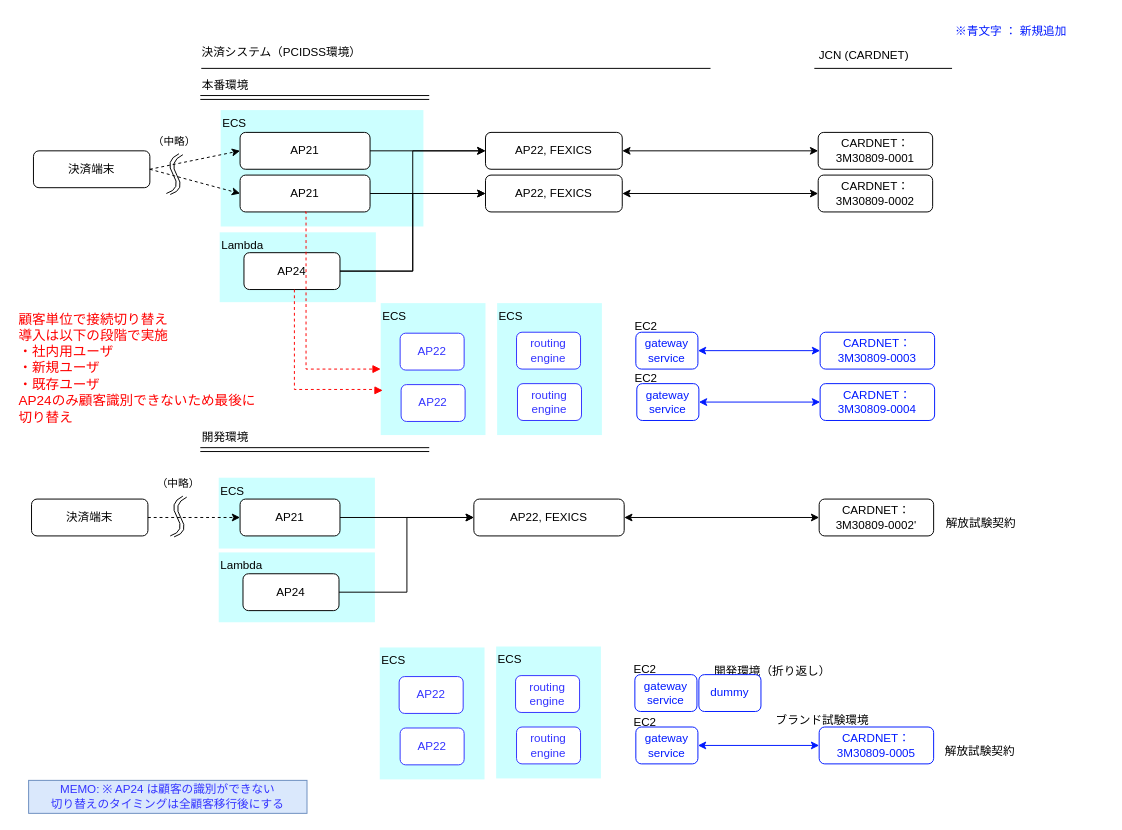
Before: page "全体構成(CARDNET)" (2 of 2) of FEXICS/obj/migration_plan.drawio in kyoshizawa/kywiki2, a draw.io diagram. Source tidied: cells renumbered, new cells numbered last; positions are measured from the earlier drawing's top-left corner, leaving out a move shared by most shapes. Both pictures are drawn from the tidied source at 97%, with x=0, y=0 at pixel (16, 16).
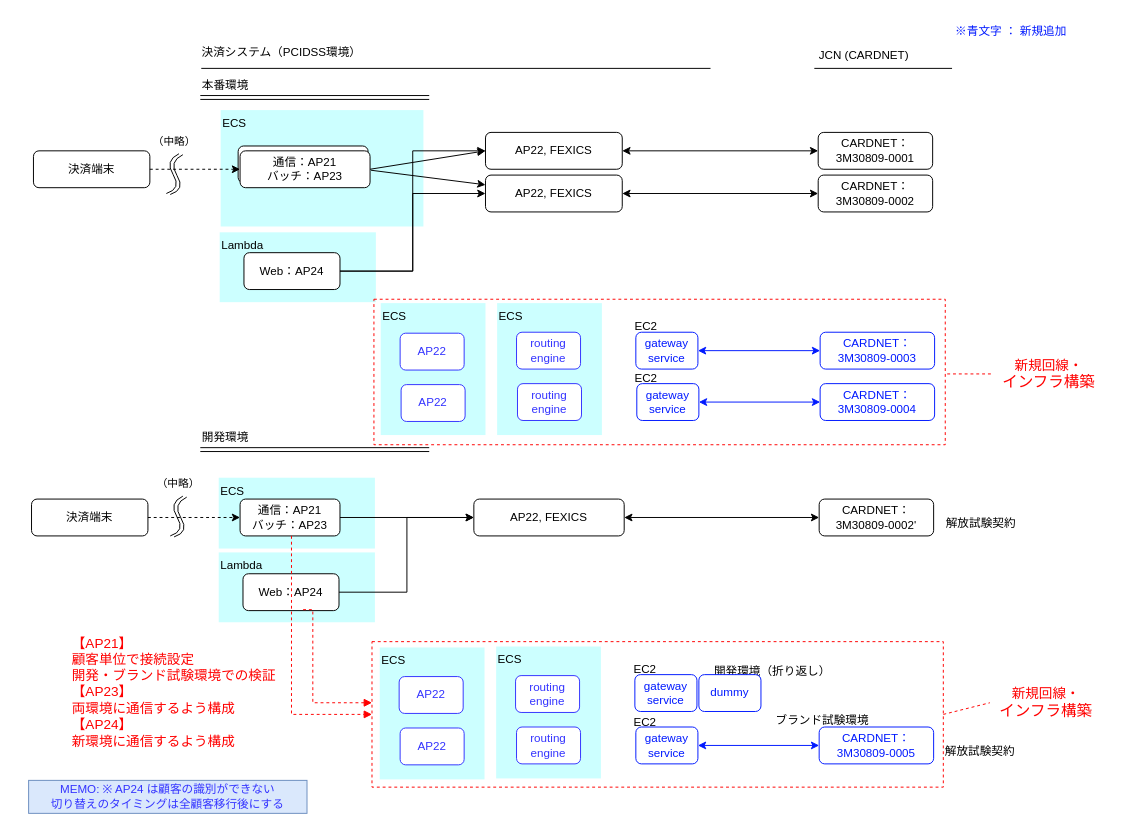
Above is the later version.

Unchanged cells that the change refers to:
```xml
<mxCell id="9" value="決済端末" style="rounded=1;whiteSpace=wrap;html=1;" parent="1" vertex="1">
  <mxGeometry x="17" y="138" width="120" height="38" as="geometry" />
</mxCell>
<mxCell id="15" value="AP22, FEXICS" style="rounded=1;whiteSpace=wrap;html=1;" parent="1" vertex="1">
  <mxGeometry x="483" y="163" width="141" height="38" as="geometry" />
</mxCell>
<mxCell id="68" value="ECS" style="rounded=0;whiteSpace=wrap;html=1;fillColor=light-dark(#CCFFFF,#1F2F1E);strokeColor=none;align=left;verticalAlign=top;" parent="1" vertex="1">
  <mxGeometry x="375" y="295" width="108" height="136" as="geometry" />
</mxCell>
```

What changed in the source:
```diff
@@
+    <mxCell id="3" value="ECS" style="rounded=0;whiteSpace=wrap;html=1;fillColor=light-dark(#CCFFFF,#1F2F1E);strokeColor=none;align=left;verticalAlign=top;" parent="1" vertex="1">
+      <mxGeometry x="210" y="96" width="209" height="120" as="geometry" />
+    </mxCell>
+    <mxCell id="18" style="rounded=1;whiteSpace=wrap;html=1;" parent="1" vertex="1">
+      <mxGeometry x="228" y="133" width="134" height="38" as="geometry" />
+    </mxCell>
@@
-    <mxCell id="3" value="ECS" style="rounded=0;whiteSpace=wrap;html=1;fillColor=light-dark(#CCFFFF,#1F2F1E);strokeColor=none;align=left;verticalAlign=top;" parent="1" vertex="1">
-      <mxGeometry x="210" y="96" width="209" height="120" as="geometry" />
-    </mxCell>
@@
-    <mxCell id="17" value="AP21" style="rounded=1;whiteSpace=wrap;html=1;" parent="1" vertex="1">
-      <mxGeometry x="230" y="119" width="134" height="38" as="geometry" />
+    <mxCell id="17" value="通信：AP21&lt;div&gt;バッチ：AP23&lt;/div&gt;" style="rounded=1;whiteSpace=wrap;html=1;" parent="1" vertex="1">
+      <mxGeometry x="230" y="138" width="134" height="38" as="geometry" />
     </mxCell>
-    <mxCell id="18" value="AP21" style="rounded=1;whiteSpace=wrap;html=1;" parent="1" vertex="1">
-      <mxGeometry x="230" y="163" width="134" height="38" as="geometry" />
-    </mxCell>
@@
-    <mxCell id="28" value="AP21" style="rounded=1;whiteSpace=wrap;html=1;" parent="1" vertex="1">
+    <mxCell id="28" value="通信：AP21&lt;div&gt;バッチ：AP23&lt;/div&gt;" style="rounded=1;whiteSpace=wrap;html=1;" parent="1" vertex="1">
       <mxGeometry x="230" y="497" width="103" height="38" as="geometry" />
     </mxCell>
@@
-    <mxCell id="40" style="endArrow=classic;html=1;rounded=0;exitX=1;exitY=0.5;exitDx=0;exitDy=0;entryX=0;entryY=0.5;entryDx=0;entryDy=0;dashed=1;" parent="1" edge="1" source="9" target="18">
-      <mxGeometry relative="1" as="geometry" />
-    </mxCell>
@@
-    <mxCell id="46" style="endArrow=classic;html=1;rounded=0;exitX=1;exitY=0.5;exitDx=0;exitDy=0;" parent="1" edge="1" source="18" target="15">
-      <mxGeometry relative="1" as="geometry" />
+    <mxCell id="46" style="endArrow=classic;html=1;rounded=0;" parent="1" edge="1" target="15">
+      <mxGeometry relative="1" as="geometry">
+        <mxPoint x="365" y="158" as="sourcePoint" />
+      </mxGeometry>
     </mxCell>
@@
-    <mxCell id="65" value="AP24" style="rounded=1;whiteSpace=wrap;html=1;" parent="1" vertex="1">
+    <mxCell id="65" value="Web：AP24" style="rounded=1;whiteSpace=wrap;html=1;" parent="1" vertex="1">
       <mxGeometry x="233" y="574" width="99" height="38" as="geometry" />
     </mxCell>
@@
-    <mxCell id="79" value="AP24" style="rounded=1;whiteSpace=wrap;html=1;" parent="1" vertex="1">
+    <mxCell id="79" value="Web：AP24" style="rounded=1;whiteSpace=wrap;html=1;" parent="1" vertex="1">
       <mxGeometry x="234" y="243" width="99" height="38" as="geometry" />
     </mxCell>
@@
-    <mxCell id="82" style="endArrow=block;dashed=1;html=1;rounded=0;strokeColor=light-dark(#ff0000, #ededed);edgeStyle=orthogonalEdgeStyle;endFill=1;entryX=0.019;entryY=0.662;entryDx=0;entryDy=0;entryPerimeter=0;" parent="1" edge="1" source="79" target="68">
-      <mxGeometry relative="1" as="geometry">
-        <Array as="points">
-          <mxPoint x="286" y="384" />
-          <mxPoint x="375" y="384" />
-          <mxPoint x="375" y="385" />
-        </Array>
-      </mxGeometry>
-    </mxCell>
-    <mxCell id="83" parent="0" />
-    <mxCell id="84" style="endArrow=block;dashed=1;html=1;rounded=0;strokeColor=light-dark(#ff0000, #ededed);edgeStyle=orthogonalEdgeStyle;endFill=1;exitX=0.5;exitY=1;exitDx=0;exitDy=0;entryX=0;entryY=0.5;entryDx=0;entryDy=0;" parent="83" edge="1" source="18" target="68">
-      <mxGeometry relative="1" as="geometry">
-        <Array as="points">
-          <mxPoint x="298" y="201" />
-          <mxPoint x="298" y="363" />
-        </Array>
-      </mxGeometry>
-    </mxCell>
-    <mxCell id="85" value="&lt;div&gt;&lt;font color=&quot;#ff0000&quot;&gt;&lt;span style=&quot;font-size: 14px; text-align: center;&quot;&gt;顧客単位で接続切り替え&lt;/span&gt;&lt;span style=&quot;font-size: 14px;&quot;&gt;&lt;/span&gt;&lt;/font&gt;&lt;/div&gt;&lt;div&gt;&lt;font color=&quot;#ff0000&quot;&gt;&lt;span style=&quot;font-size: 14px;&quot;&gt;導入は以下の段階で実施&lt;/span&gt;&lt;/font&gt;&lt;/div&gt;&lt;font color=&quot;#ff0000&quot;&gt;&lt;span style=&quot;font-size: 14px;&quot;&gt;・社内用ユーザ&lt;/span&gt;&lt;/font&gt;&lt;div&gt;&lt;font color=&quot;#ff0000&quot;&gt;&lt;span style=&quot;font-size: 14px;&quot;&gt;・新規ユーザ&lt;/span&gt;&lt;/font&gt;&lt;/div&gt;&lt;div&gt;&lt;font color=&quot;#ff0000&quot;&gt;&lt;span style=&quot;font-size: 14px;&quot;&gt;・既存ユーザ&lt;/span&gt;&lt;/font&gt;&lt;/div&gt;&lt;div&gt;&lt;font color=&quot;#ff0000&quot;&gt;&lt;span style=&quot;font-size: 14px;&quot;&gt;AP24のみ顧客識別できないため最後に切り替え&lt;/span&gt;&lt;/font&gt;&lt;/div&gt;" style="text;html=1;align=left;verticalAlign=middle;whiteSpace=wrap;rounded=0;" parent="83" vertex="1">
-      <mxGeometry y="311" width="256" height="101" as="geometry" />
-    </mxCell>
+    <mxCell id="86" style="endArrow=block;dashed=1;html=1;rounded=0;strokeColor=light-dark(#ff0000, #ededed);edgeStyle=orthogonalEdgeStyle;endFill=1;entryX=0;entryY=0.5;entryDx=0;entryDy=0;" parent="1" edge="1" source="28" target="89">
+      <mxGeometry relative="1" as="geometry">
+        <Array as="points">
+          <mxPoint x="283" y="719" />
+        </Array>
+      </mxGeometry>
+    </mxCell>
+    <mxCell id="87" style="endArrow=block;dashed=1;html=1;rounded=0;strokeColor=light-dark(#ff0000, #ededed);edgeStyle=orthogonalEdgeStyle;endFill=1;exitX=0.626;exitY=0.974;exitDx=0;exitDy=0;exitPerimeter=0;entryX=0;entryY=0.42;entryDx=0;entryDy=0;entryPerimeter=0;" parent="1" edge="1" source="65" target="89">
+      <mxGeometry relative="1" as="geometry">
+        <Array as="points">
+          <mxPoint x="305" y="611" />
+          <mxPoint x="305" y="707" />
+        </Array>
+      </mxGeometry>
+    </mxCell>
+    <mxCell id="88" parent="0" />
+    <mxCell id="89" style="rounded=0;whiteSpace=wrap;html=1;fillColor=none;strokeColor=light-dark(#ff0000, #ededed);dashed=1;" parent="88" vertex="1">
+      <mxGeometry x="366" y="644" width="589" height="150" as="geometry" />
+    </mxCell>
+    <mxCell id="90" value="&lt;font style=&quot;color: rgb(255, 0, 0); font-size: 14px;&quot;&gt;新規回線・&lt;/font&gt;&lt;div&gt;&lt;font size=&quot;3&quot; style=&quot;color: rgb(255, 0, 0);&quot;&gt;インフラ構築&lt;/font&gt;&lt;/div&gt;" style="text;html=1;align=center;verticalAlign=middle;whiteSpace=wrap;rounded=0;" parent="88" vertex="1">
+      <mxGeometry x="1006" y="353" width="116" height="30" as="geometry" />
+    </mxCell>
+    <mxCell id="91" value="&lt;font style=&quot;color: rgb(255, 0, 0); font-size: 14px;&quot;&gt;新規回線・&lt;/font&gt;&lt;div&gt;&lt;font size=&quot;3&quot; style=&quot;color: rgb(255, 0, 0);&quot;&gt;インフラ構築&lt;/font&gt;&lt;/div&gt;" style="text;html=1;align=center;verticalAlign=middle;whiteSpace=wrap;rounded=0;" parent="88" vertex="1">
+      <mxGeometry x="1003" y="692" width="116" height="30" as="geometry" />
+    </mxCell>
+    <mxCell id="92" style="endArrow=none;dashed=1;html=1;rounded=0;entryX=0;entryY=0.5;entryDx=0;entryDy=0;strokeColor=light-dark(#ff0000, #ededed);exitX=1;exitY=0.549;exitDx=0;exitDy=0;exitPerimeter=0;" parent="88" edge="1" target="90">
+      <mxGeometry relative="1" as="geometry">
+        <mxPoint x="959" y="368" as="sourcePoint" />
+      </mxGeometry>
+    </mxCell>
+    <mxCell id="93" style="endArrow=none;dashed=1;html=1;rounded=0;entryX=0;entryY=0.5;entryDx=0;entryDy=0;strokeColor=light-dark(#ff0000, #ededed);exitX=1;exitY=0.5;exitDx=0;exitDy=0;" parent="88" edge="1" source="89" target="91">
+      <mxGeometry relative="1" as="geometry" />
+    </mxCell>
+    <mxCell id="94" value="&lt;div&gt;&lt;font color=&quot;#ff0000&quot;&gt;&lt;span style=&quot;font-size: 14px;&quot;&gt;【AP21】&lt;/span&gt;&lt;/font&gt;&lt;/div&gt;&lt;div&gt;&lt;font color=&quot;#ff0000&quot;&gt;&lt;span style=&quot;font-size: 14px;&quot;&gt;顧客単位で接続設定&lt;/span&gt;&lt;/font&gt;&lt;/div&gt;&lt;div&gt;&lt;font color=&quot;#ff0000&quot;&gt;&lt;span style=&quot;font-size: 14px;&quot;&gt;開発・ブランド試験環境での検証&lt;/span&gt;&lt;/font&gt;&lt;/div&gt;&lt;div&gt;&lt;font color=&quot;#ff0000&quot;&gt;&lt;span style=&quot;font-size: 14px;&quot;&gt;【AP23】&lt;/span&gt;&lt;/font&gt;&lt;/div&gt;&lt;div&gt;&lt;font color=&quot;#ff0000&quot;&gt;&lt;span style=&quot;font-size: 14px;&quot;&gt;両環境に通信するよう構成&lt;/span&gt;&lt;/font&gt;&lt;/div&gt;&lt;div&gt;&lt;font color=&quot;#ff0000&quot;&gt;&lt;span style=&quot;font-size: 14px;&quot;&gt;【AP24】&lt;/span&gt;&lt;/font&gt;&lt;/div&gt;&lt;div&gt;&lt;font color=&quot;#ff0000&quot;&gt;&lt;span style=&quot;font-size: 14px;&quot;&gt;新環境に通信するよう構成&lt;/span&gt;&lt;/font&gt;&lt;/div&gt;" style="text;html=1;align=left;verticalAlign=middle;whiteSpace=wrap;rounded=0;" parent="88" vertex="1">
+      <mxGeometry x="55" y="631" width="233" height="130" as="geometry" />
+    </mxCell>
+    <mxCell id="95" style="rounded=0;whiteSpace=wrap;html=1;fillColor=none;strokeColor=light-dark(#ff0000, #ededed);dashed=1;" parent="88" vertex="1">
+      <mxGeometry x="368" y="291" width="589" height="150" as="geometry" />
+    </mxCell>
```
